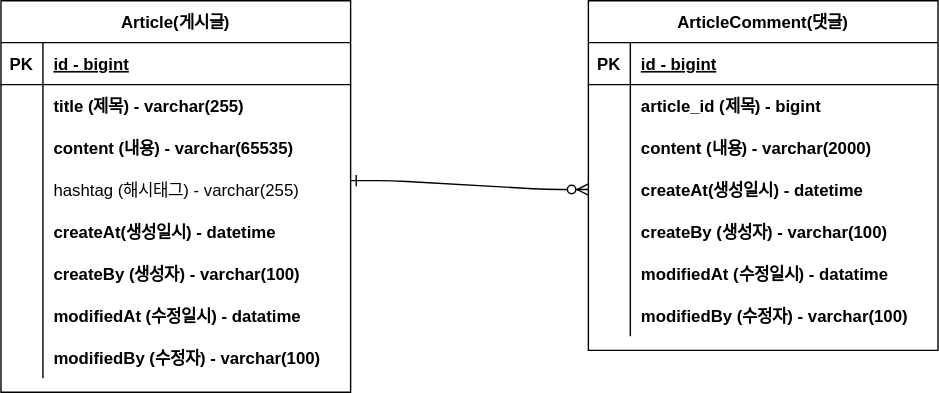
Above: document/project-board-erd.svg in nataliekmkim/fastcampus-project-board (draw.io), before the change. Source tidied: cells renumbered, new cells last; positions are measured from the earlier drawing's top-left corner, leaving out a move shared by most shapes.
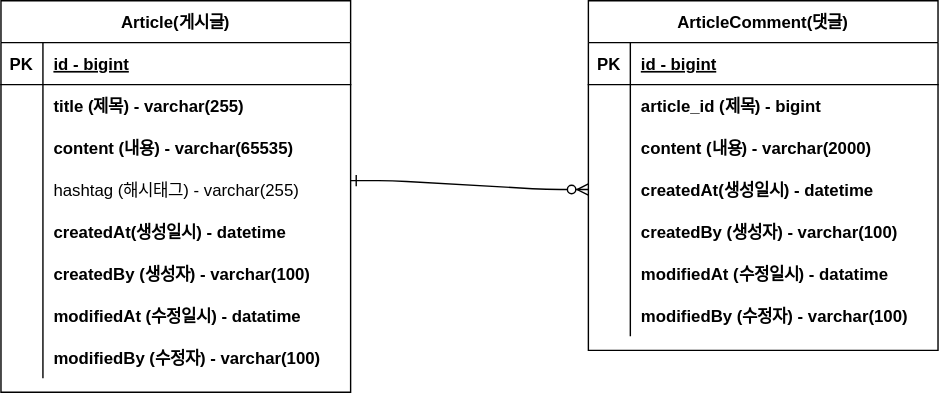
After the change.

Diff of the diagram source:
```diff
@@ -53,7 +53,7 @@
     <mxCell id="17" style="shape=partialRectangle;overflow=hidden;fillColor=none;top=0;left=0;bottom=0;right=0;" parent="16" vertex="1">
       <mxGeometry width="30" height="30" as="geometry" />
     </mxCell>
-    <mxCell id="18" value="createAt(생성일시) - datetime" style="shape=partialRectangle;overflow=hidden;fillColor=none;top=0;left=0;bottom=0;right=0;align=left;spacingLeft=6;fontStyle=1;" parent="16" vertex="1">
+    <mxCell id="18" value="createdAt(생성일시) - datetime" style="shape=partialRectangle;overflow=hidden;fillColor=none;top=0;left=0;bottom=0;right=0;align=left;spacingLeft=6;fontStyle=1;" parent="16" vertex="1">
       <mxGeometry x="30" width="220" height="30" as="geometry" />
     </mxCell>
     <mxCell id="19" style="shape=partialRectangle;fillColor=none;top=0;left=0;right=0;bottom=0;" parent="3" vertex="1">
@@ -62,7 +62,7 @@
     <mxCell id="20" style="shape=partialRectangle;overflow=hidden;fillColor=none;top=0;left=0;bottom=0;right=0;" parent="19" vertex="1">
       <mxGeometry width="30" height="30" as="geometry" />
     </mxCell>
-    <mxCell id="21" value="createBy (생성자) - varchar(100)" style="shape=partialRectangle;overflow=hidden;fillColor=none;top=0;left=0;bottom=0;right=0;align=left;spacingLeft=6;fontStyle=1;" parent="19" vertex="1">
+    <mxCell id="21" value="createdBy (생성자) - varchar(100)" style="shape=partialRectangle;overflow=hidden;fillColor=none;top=0;left=0;bottom=0;right=0;align=left;spacingLeft=6;fontStyle=1;" parent="19" vertex="1">
       <mxGeometry x="30" width="220" height="30" as="geometry" />
     </mxCell>
     <mxCell id="22" style="shape=partialRectangle;fillColor=none;top=0;left=0;right=0;bottom=0;" parent="3" vertex="1">
@@ -119,7 +119,7 @@
     <mxCell id="39" style="shape=partialRectangle;overflow=hidden;fillColor=none;top=0;left=0;bottom=0;right=0;" parent="38" vertex="1">
       <mxGeometry width="30" height="30" as="geometry" />
     </mxCell>
-    <mxCell id="40" value="createAt(생성일시) - datetime" style="shape=partialRectangle;overflow=hidden;fillColor=none;top=0;left=0;bottom=0;right=0;align=left;spacingLeft=6;fontStyle=1;" parent="38" vertex="1">
+    <mxCell id="40" value="createdAt(생성일시) - datetime" style="shape=partialRectangle;overflow=hidden;fillColor=none;top=0;left=0;bottom=0;right=0;align=left;spacingLeft=6;fontStyle=1;" parent="38" vertex="1">
       <mxGeometry x="30" width="220" height="30" as="geometry" />
     </mxCell>
     <mxCell id="41" style="shape=partialRectangle;fillColor=none;top=0;left=0;right=0;bottom=0;" parent="28" vertex="1">
@@ -128,7 +128,7 @@
     <mxCell id="42" style="shape=partialRectangle;overflow=hidden;fillColor=none;top=0;left=0;bottom=0;right=0;" parent="41" vertex="1">
       <mxGeometry width="30" height="30" as="geometry" />
     </mxCell>
-    <mxCell id="43" value="createBy (생성자) - varchar(100)" style="shape=partialRectangle;overflow=hidden;fillColor=none;top=0;left=0;bottom=0;right=0;align=left;spacingLeft=6;fontStyle=1;" parent="41" vertex="1">
+    <mxCell id="43" value="createdBy (생성자) - varchar(100)" style="shape=partialRectangle;overflow=hidden;fillColor=none;top=0;left=0;bottom=0;right=0;align=left;spacingLeft=6;fontStyle=1;" parent="41" vertex="1">
       <mxGeometry x="30" width="220" height="30" as="geometry" />
     </mxCell>
     <mxCell id="44" style="shape=partialRectangle;fillColor=none;top=0;left=0;right=0;bottom=0;" parent="28" vertex="1">
```
